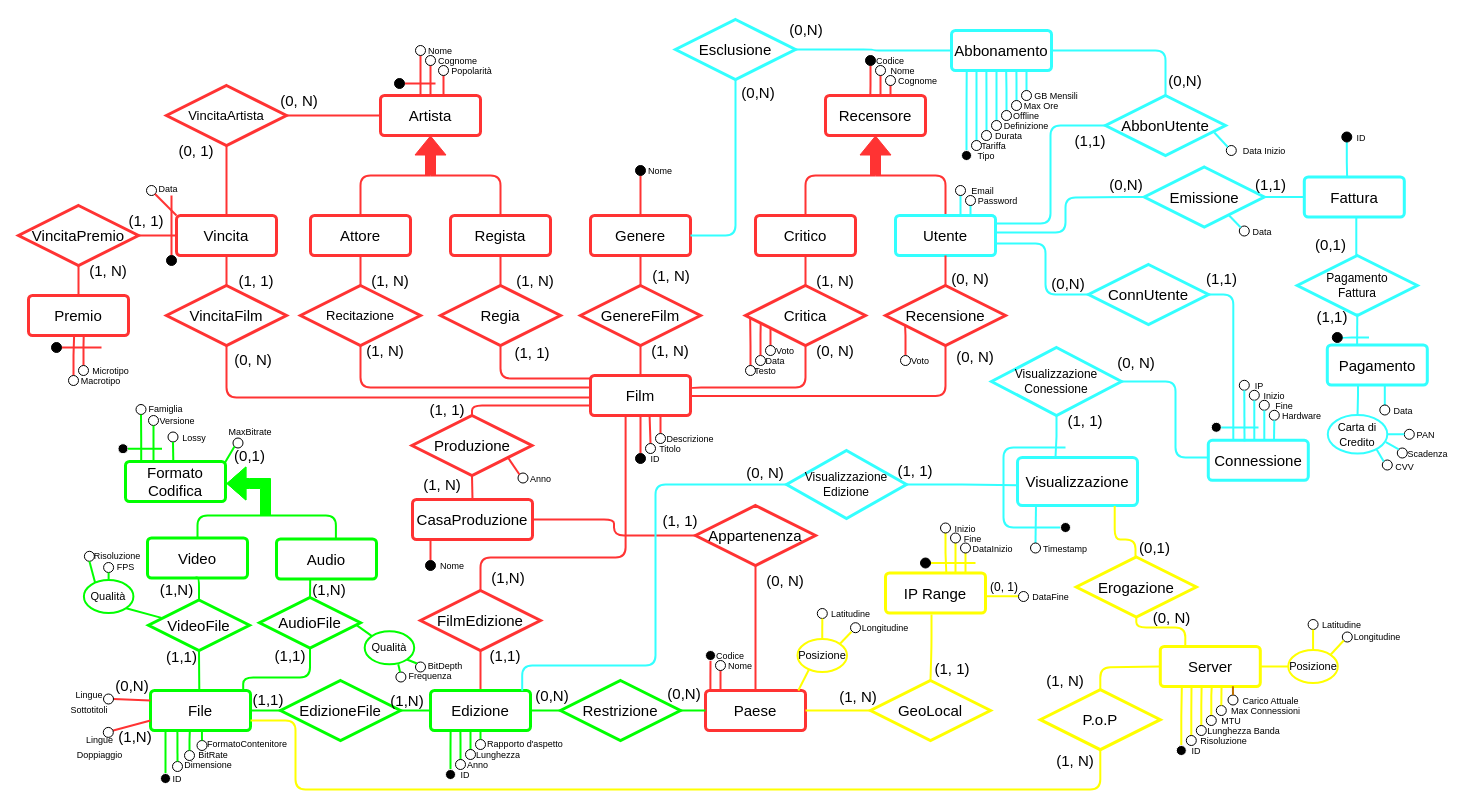
Above: page "ER - da ristrutturare" (1 of 2) of ER.drawio in Richie314/FilmSphere (draw.io), before the change. Source tidied: cells renumbered, new cells numbered last; positions are measured from the earlier drawing's top-left corner, leaving out a move shared by most shapes. Both pictures are drawn from the tidied source at 100%, with x=0, y=0 at pixel (-145, 17).
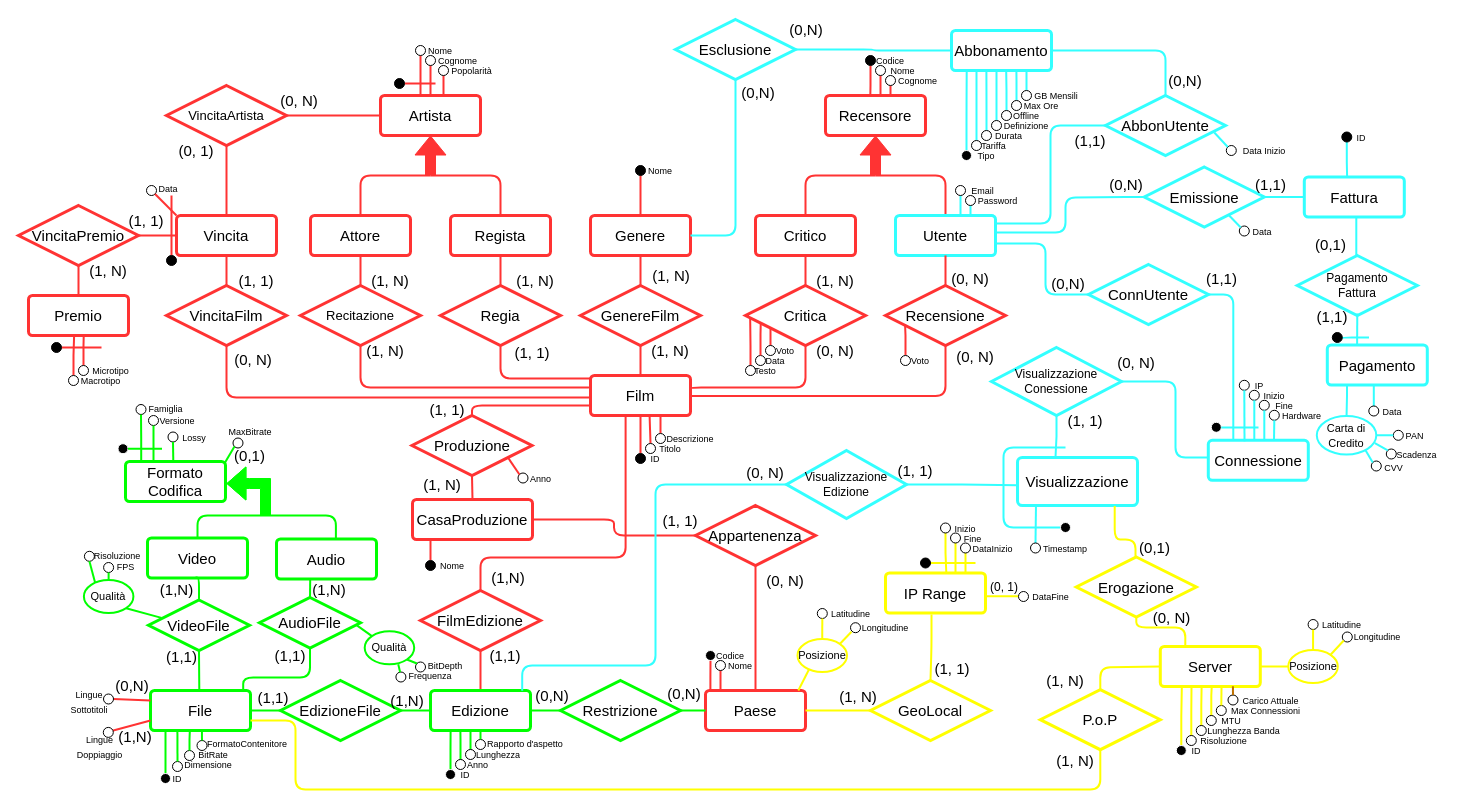
After the change.

The change refers to these unchanged cells:
```xml
<mxCell id="92" value="&lt;font style=&quot;font-size: 15px;&quot;&gt;Pagamento&lt;/font&gt;" style="rounded=1;arcSize=10;whiteSpace=wrap;html=1;align=center;strokeWidth=3;strokeColor=#33FFFF;" parent="1" vertex="1">
  <mxGeometry x="1471.8" y="327.5" width="100" height="40" as="geometry" />
</mxCell>
```

What changed in the source:
```diff
@@
     <mxCell id="71" value="&lt;font style=&quot;font-size: 15px;&quot;&gt;(1,1)&lt;/font&gt;" style="text;html=1;strokeColor=none;fillColor=none;align=center;verticalAlign=middle;whiteSpace=wrap;rounded=0;" parent="1" vertex="1">
-      <mxGeometry x="400" y="675" width="26" height="13" as="geometry" />
+      <mxGeometry x="405" y="673" width="26" height="13" as="geometry" />
     </mxCell>
@@
     <mxCell id="185" style="edgeStyle=orthogonalEdgeStyle;shape=connector;rounded=0;orthogonalLoop=1;jettySize=auto;html=1;entryX=0.5;entryY=0;entryDx=0;entryDy=0;labelBackgroundColor=default;strokeColor=#FF3333;strokeWidth=2;fontFamily=Helvetica;fontSize=11;fontColor=default;endArrow=none;endFill=0;" parent="1" edge="1">
       <mxGeometry relative="1" as="geometry">
-        <mxPoint y="673" as="targetPoint" />
+        <mxPoint x="199" y="673" as="targetPoint" />
       </mxGeometry>
     </mxCell>
@@
     <mxCell id="225" style="ellipse;whiteSpace=wrap;html=1;strokeColor=#000000;fillColor=#FFFFFF;" parent="1" vertex="1">
-      <mxGeometry x="1548.8" y="411.8" width="10" height="10" as="geometry" />
+      <mxGeometry x="1537.8" y="412.8" width="10" height="10" as="geometry" />
     </mxCell>
     <mxCell id="226" value="&lt;font style=&quot;font-size: 9px;&quot;&gt;PAN&lt;br&gt;&lt;/font&gt;" style="text;html=1;strokeColor=none;fillColor=none;align=center;verticalAlign=middle;whiteSpace=wrap;rounded=0;" parent="1" vertex="1">
-      <mxGeometry x="1556.8" y="411.8" width="27" height="10" as="geometry" />
+      <mxGeometry x="1545.8" y="412.8" width="27" height="10" as="geometry" />
     </mxCell>
-    <mxCell id="227" style="edgeStyle=orthogonalEdgeStyle;shape=connector;rounded=0;jettySize=auto;html=1;entryX=0.574;entryY=1.014;entryDx=0;entryDy=0;entryPerimeter=0;labelBackgroundColor=default;strokeColor=#33FFFF;strokeWidth=2;fontFamily=Helvetica;fontSize=11;fontColor=default;endArrow=none;endFill=0;" parent="1" edge="1" source="228" target="92">
-      <mxGeometry relative="1" as="geometry" />
+    <mxCell id="227" style="edgeStyle=orthogonalEdgeStyle;shape=connector;rounded=0;jettySize=auto;html=1;entryX=0.574;entryY=1.014;entryDx=0;entryDy=0;entryPerimeter=0;labelBackgroundColor=default;strokeColor=#33FFFF;strokeWidth=2;fontFamily=Helvetica;fontSize=11;fontColor=default;endArrow=none;endFill=0;" parent="1" edge="1" source="228">
+      <mxGeometry relative="1" as="geometry">
+        <mxPoint x="1518.2" y="369.1" as="targetPoint" />
+      </mxGeometry>
     </mxCell>
     <mxCell id="228" style="ellipse;whiteSpace=wrap;html=1;strokeColor=#000000;fillColor=#FFFFFF;" parent="1" vertex="1">
-      <mxGeometry x="1524.3" y="387.5" width="10" height="10" as="geometry" />
+      <mxGeometry x="1513.3" y="388.5" width="10" height="10" as="geometry" />
     </mxCell>
     <mxCell id="229" value="&lt;font style=&quot;font-size: 9px;&quot;&gt;Data&lt;br&gt;&lt;/font&gt;" style="text;html=1;strokeColor=none;fillColor=none;align=center;verticalAlign=middle;whiteSpace=wrap;rounded=0;" parent="1" vertex="1">
-      <mxGeometry x="1534.3" y="387.5" width="27.5" height="10" as="geometry" />
+      <mxGeometry x="1523.3" y="388.5" width="27.5" height="10" as="geometry" />
     </mxCell>
@@
     <mxCell id="333" value="&lt;font style=&quot;font-size: 11px;&quot;&gt;Carta di&lt;br&gt;Credito&lt;br&gt;&lt;/font&gt;" style="ellipse;whiteSpace=wrap;html=1;strokeColor=#33FFFF;strokeWidth=2;" parent="1" vertex="1">
-      <mxGeometry x="1472.3" y="397.5" width="59.5" height="38.5" as="geometry" />
+      <mxGeometry x="1461.3" y="398.5" width="59.5" height="38.5" as="geometry" />
     </mxCell>
-    <mxCell id="334" style="edgeStyle=orthogonalEdgeStyle;shape=connector;rounded=0;jettySize=auto;html=1;entryX=0.307;entryY=0.994;entryDx=0;entryDy=0;entryPerimeter=0;labelBackgroundColor=default;strokeColor=#33FFFF;strokeWidth=2;fontFamily=Helvetica;fontSize=11;fontColor=default;endArrow=none;endFill=0;exitX=0.5;exitY=0;exitDx=0;exitDy=0;" parent="1" edge="1" source="333" target="92">
+    <mxCell id="334" style="edgeStyle=orthogonalEdgeStyle;shape=connector;rounded=0;jettySize=auto;html=1;entryX=0.307;entryY=0.994;entryDx=0;entryDy=0;entryPerimeter=0;labelBackgroundColor=default;strokeColor=#33FFFF;strokeWidth=2;fontFamily=Helvetica;fontSize=11;fontColor=default;endArrow=none;endFill=0;exitX=0.5;exitY=0;exitDx=0;exitDy=0;" parent="1" edge="1" source="333">
       <mxGeometry relative="1" as="geometry">
+        <mxPoint x="1491.5" y="368.3" as="targetPoint" />
         <Array as="points">
-          <mxPoint x="1501.8" y="377.5" />
-          <mxPoint x="1501.8" y="377.5" />
-          <mxPoint x="1501.8" y="367.5" />
+          <mxPoint x="1490.8" y="378.5" />
+          <mxPoint x="1490.8" y="378.5" />
+          <mxPoint x="1490.8" y="368.5" />
         </Array>
       </mxGeometry>
     </mxCell>
@@
     <mxCell id="336" style="ellipse;whiteSpace=wrap;html=1;strokeColor=#000000;fillColor=#FFFFFF;" parent="1" vertex="1">
-      <mxGeometry x="1541.8" y="430.5" width="10" height="10" as="geometry" />
+      <mxGeometry x="1530.8" y="431.5" width="10" height="10" as="geometry" />
     </mxCell>
     <mxCell id="337" value="&lt;font style=&quot;font-size: 9px;&quot;&gt;Scadenza&lt;br&gt;&lt;/font&gt;" style="text;html=1;strokeColor=none;fillColor=none;align=center;verticalAlign=middle;whiteSpace=wrap;rounded=0;" parent="1" vertex="1">
-      <mxGeometry x="1552.8" y="430.5" width="39" height="10" as="geometry" />
+      <mxGeometry x="1541.8" y="431.5" width="39" height="10" as="geometry" />
     </mxCell>
     <mxCell id="338" style="ellipse;whiteSpace=wrap;html=1;strokeColor=#000000;fillColor=#FFFFFF;" parent="1" vertex="1">
-      <mxGeometry x="1526.8" y="442.5" width="10" height="10" as="geometry" />
+      <mxGeometry x="1515.8" y="443.5" width="10" height="10" as="geometry" />
     </mxCell>
     <mxCell id="339" value="&lt;font style=&quot;font-size: 9px;&quot;&gt;CVV&lt;br&gt;&lt;/font&gt;" style="text;html=1;strokeColor=none;fillColor=none;align=center;verticalAlign=middle;whiteSpace=wrap;rounded=0;" parent="1" vertex="1">
-      <mxGeometry x="1536.8" y="443.5" width="25" height="10" as="geometry" />
+      <mxGeometry x="1525.8" y="444.5" width="25" height="10" as="geometry" />
     </mxCell>
```
